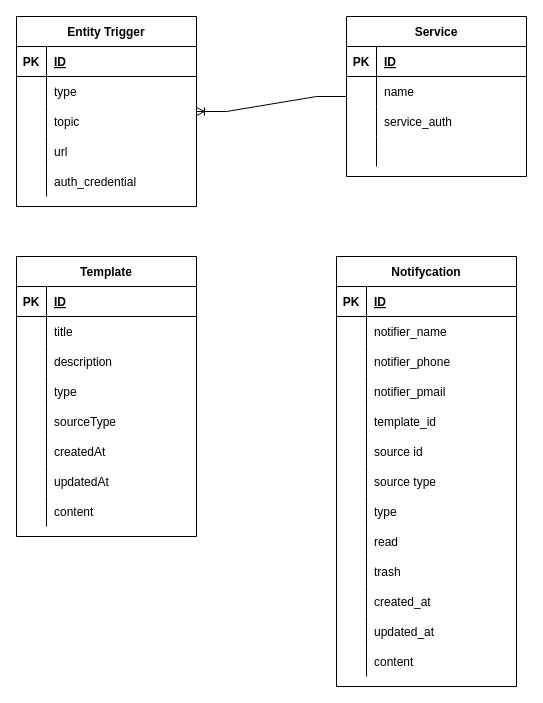
Earlier version of the draw.io diagram docs/notify_service_ERD.drawio (TikTzuki/notify-service). Source tidied: cells renumbered, new cells numbered last; positions are measured from the earlier drawing's top-left corner, leaving out a move shared by most shapes. Both pictures are drawn from the tidied source at 100%, with x=0, y=0 at pixel (16, 16).
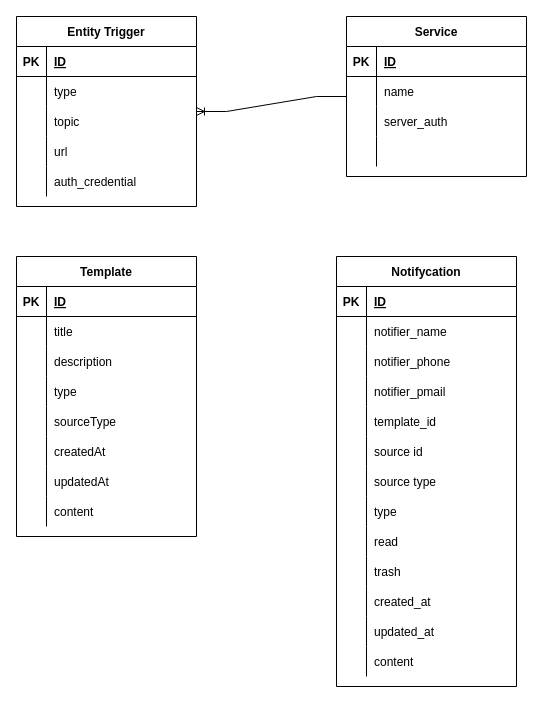
The same page after the edit.

Unchanged cells that the change refers to:
```xml
<mxCell id="25" style="shape=partialRectangle;fillColor=none;top=0;left=0;bottom=0;right=0;" parent="18" vertex="1">
  <mxGeometry y="90" width="180" height="30" as="geometry" />
</mxCell>
```

What changed in the source:
```diff
@@
-    <mxCell id="27" value="service_auth" style="shape=partialRectangle;fillColor=none;top=0;left=0;bottom=0;right=0;align=left;spacingLeft=6;overflow=hidden;" parent="25" vertex="1">
+    <mxCell id="27" value="server_auth" style="shape=partialRectangle;fillColor=none;top=0;left=0;bottom=0;right=0;align=left;spacingLeft=6;overflow=hidden;" parent="25" vertex="1">
       <mxGeometry x="30" width="150" height="30" as="geometry" />
     </mxCell>
```
